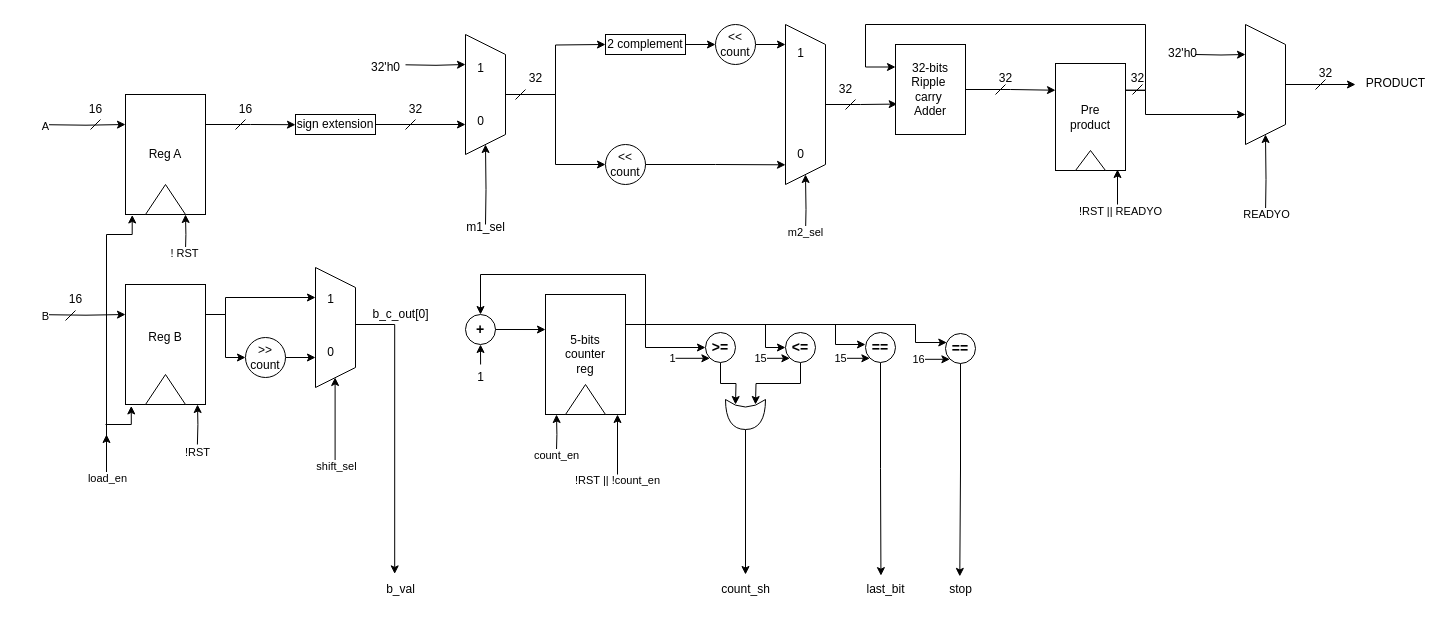
Earlier version of the draw.io diagram page "data-path" (2 of 3) of Moazzam/doc/Seq_multiplier_val_rd.drawio (medsuet/Xcelerium-IC-Design-Training). Source tidied: cells renumbered, new cells numbered last; positions are measured from the earlier drawing's top-left corner, leaving out a move shared by most shapes. Both pictures are drawn from the tidied source at 100%, with x=0, y=0 at pixel (45, 24).
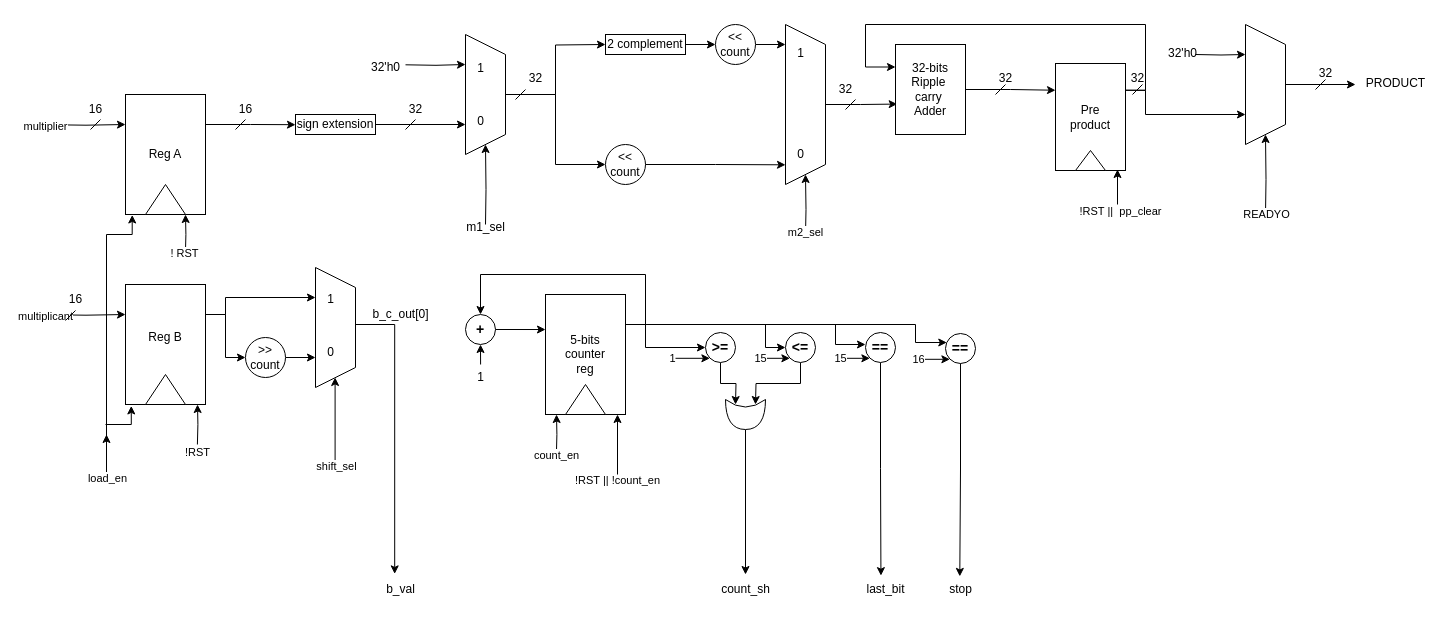
The same diagram, later.

Unchanged cells that the change refers to:
```xml
<mxCell id="87" style="endArrow=classic;html=1;rounded=0;" parent="1" edge="1">
  <mxGeometry relative="1" as="geometry">
    <mxPoint x="61" y="450" as="sourcePoint" />
    <mxPoint x="61" y="410" as="targetPoint" />
  </mxGeometry>
</mxCell>
```

Change to the diagram source:
```diff
@@
-    <mxCell id="57" value="B" style="edgeLabel;html=1;align=center;verticalAlign=middle;" parent="1" vertex="1">
+    <mxCell id="57" value="multiplicant" style="edgeLabel;html=1;align=center;verticalAlign=middle;" parent="1" vertex="1">
       <mxGeometry y="290" as="geometry">
         <mxPoint x="-1" y="1" as="offset" />
       </mxGeometry>
     </mxCell>
-    <mxCell id="58" value="A" style="edgeLabel;html=1;align=center;verticalAlign=middle;" parent="1" vertex="1">
+    <mxCell id="58" value="multiplier" style="edgeLabel;html=1;align=center;verticalAlign=middle;" parent="1" vertex="1">
       <mxGeometry y="100" as="geometry">
         <mxPoint x="-1" y="1" as="offset" />
       </mxGeometry>
     </mxCell>
@@
-    <mxCell id="93" value="!RST || READYO" style="edgeLabel;html=1;align=center;verticalAlign=middle;" parent="87" vertex="1">
+    <mxCell id="93" value="!RST ||&amp;nbsp; pp_clear" style="edgeLabel;html=1;align=center;verticalAlign=middle;" parent="87" vertex="1">
       <mxGeometry relative="1" as="geometry">
         <mxPoint x="1013" y="-244" as="offset" />
       </mxGeometry>
     </mxCell>
```
